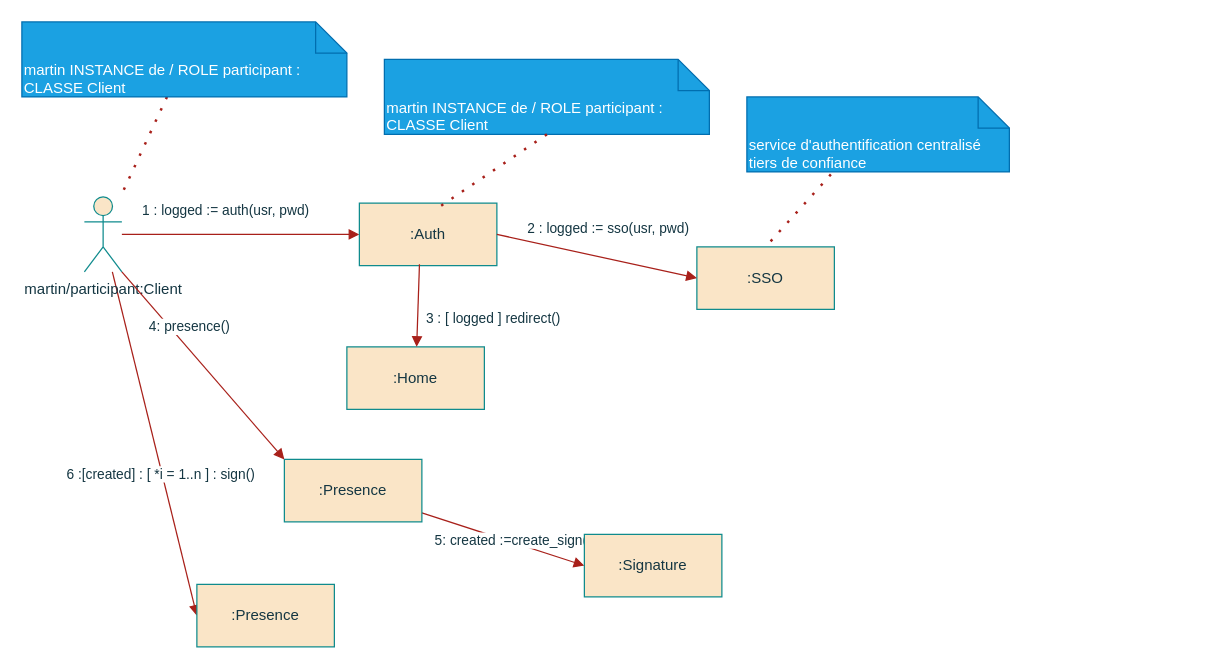
This is diagrams/uml_collaboration.drawio from lamamram/251124-archi, a draw.io file, before an edit. Source tidied: cells renumbered, new cells numbered last; positions are measured from the earlier drawing's top-left corner, leaving out a move shared by most shapes. Both pictures are drawn from the tidied source at 125%, with x=0, y=0 at pixel (21, 21).
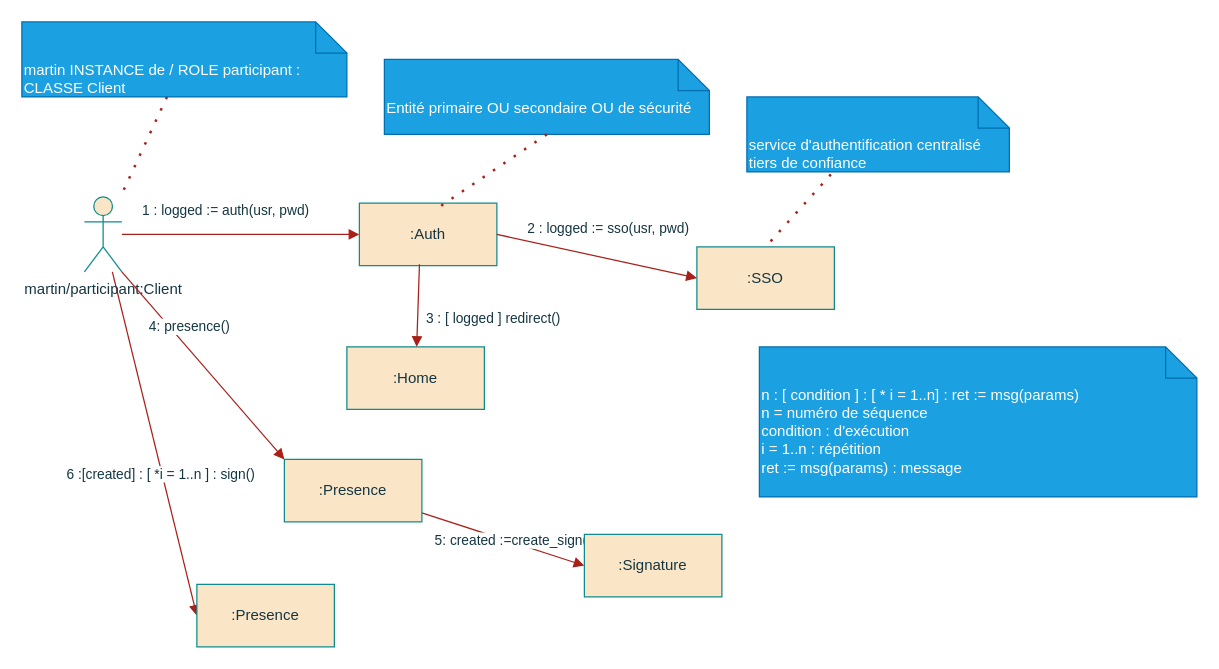
After the change.

Commit message (it also covers changes not shown here):
DAT: class & sequence

The edit, as a diff of the source:
```diff
@@
-    <mxCell id="10" value="martin INSTANCE de / ROLE participant : CLASSE Client" style="shape=note2;boundedLbl=1;whiteSpace=wrap;html=1;size=25;verticalAlign=top;align=left;strokeColor=#006EAF;fontColor=#ffffff;fillColor=#1ba1e2;" parent="1" vertex="1">
+    <mxCell id="10" value="Entité primaire OU secondaire OU de sécurité" style="shape=note2;boundedLbl=1;whiteSpace=wrap;html=1;size=25;verticalAlign=top;align=left;strokeColor=#006EAF;fontColor=#ffffff;fillColor=#1ba1e2;" parent="1" vertex="1">
       <mxGeometry x="290" y="30" width="260" height="60" as="geometry" />
     </mxCell>
@@
+    <mxCell id="27" value="&lt;div&gt;n : [ condition ] : [ * i = 1..n] : ret := msg(params)&lt;/div&gt;&lt;div&gt;n = numéro de séquence&lt;/div&gt;&lt;div&gt;condition : d'exécution&lt;/div&gt;&lt;div&gt;i = 1..n : répétition&lt;/div&gt;&lt;div&gt;ret := msg(params) : message&lt;/div&gt;" style="shape=note2;boundedLbl=1;whiteSpace=wrap;html=1;size=25;verticalAlign=top;align=left;strokeColor=#006EAF;fontColor=#ffffff;fillColor=#1ba1e2;" parent="1" vertex="1">
+      <mxGeometry x="590" y="260" width="350" height="120" as="geometry" />
+    </mxCell>
```
